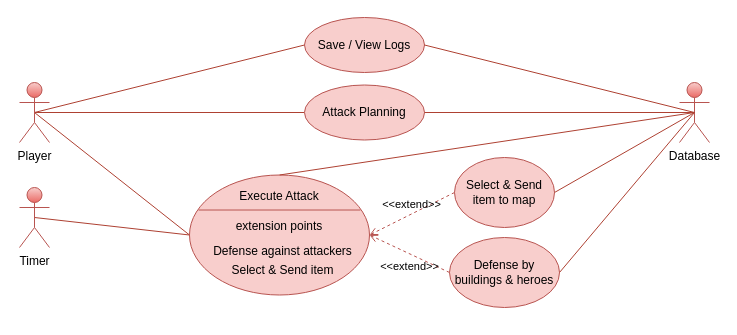
Pooria82/clash-of-clans keeps this draw.io diagram as Defense and Attack/Use Case Diagram.drawio. Above is the earlier version. Source tidied: cells renumbered, new cells numbered last; positions are measured from the earlier drawing's top-left corner, leaving out a move shared by most shapes. Both pictures are drawn from the tidied source at 100%, with x=0, y=0 at pixel (19, 17).
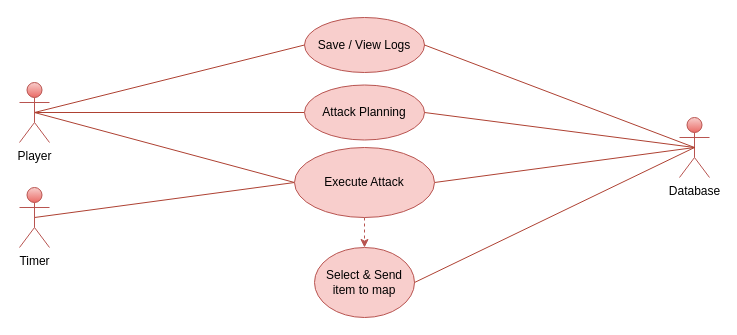
The same diagram, later.

The change refers to these unchanged cells:
```xml
<mxCell id="5" value="Player" style="shape=umlActor;verticalLabelPosition=bottom;verticalAlign=top;html=1;fillColor=#f8cecc;strokeColor=#b85450;gradientColor=#ea6b66;labelBackgroundColor=none;" parent="1" vertex="1">
  <mxGeometry y="65" width="30" height="60" as="geometry" />
</mxCell>
<mxCell id="10" value="Timer" style="shape=umlActor;verticalLabelPosition=bottom;verticalAlign=top;html=1;fillColor=#f8cecc;strokeColor=#b85450;gradientColor=#ea6b66;labelBackgroundColor=none;" parent="1" vertex="1">
  <mxGeometry y="170" width="30" height="60" as="geometry" />
</mxCell>
```

Diff of the diagram source:
```diff
@@
-    <mxCell id="4" style="edgeStyle=none;rounded=0;jettySize=auto;html=1;exitX=0.5;exitY=0.5;exitDx=0;exitDy=0;exitPerimeter=0;entryX=0;entryY=0.5;entryDx=0;entryDy=0;endArrow=none;endFill=0;fillColor=#fad9d5;strokeColor=#ae4132;" parent="1" edge="1" source="5" target="13">
+    <mxCell id="4" style="edgeStyle=none;rounded=0;jettySize=auto;html=1;exitX=0.5;exitY=0.5;exitDx=0;exitDy=0;exitPerimeter=0;entryX=0;entryY=0.5;entryDx=0;entryDy=0;endArrow=none;endFill=0;fillColor=#fad9d5;strokeColor=#ae4132;" parent="1" edge="1" source="5" target="14">
       <mxGeometry relative="1" as="geometry" />
     </mxCell>
@@
     <mxCell id="6" value="Database" style="shape=umlActor;verticalLabelPosition=bottom;verticalAlign=top;html=1;fillColor=#f8cecc;strokeColor=#b85450;gradientColor=#ea6b66;labelBackgroundColor=none;" parent="1" vertex="1">
-      <mxGeometry x="660" y="65" width="30" height="60" as="geometry" />
+      <mxGeometry x="660" y="100" width="30" height="60" as="geometry" />
     </mxCell>
@@
-    <mxCell id="9" style="edgeStyle=none;rounded=0;jettySize=auto;html=1;exitX=0.5;exitY=0.5;exitDx=0;exitDy=0;exitPerimeter=0;entryX=0;entryY=0.5;entryDx=0;entryDy=0;endArrow=none;endFill=0;fillColor=#fad9d5;strokeColor=#ae4132;" parent="1" edge="1" source="10" target="13">
+    <mxCell id="9" style="edgeStyle=none;rounded=0;jettySize=auto;html=1;exitX=0.5;exitY=0.5;exitDx=0;exitDy=0;exitPerimeter=0;entryX=0;entryY=0.5;entryDx=0;entryDy=0;endArrow=none;endFill=0;fillColor=#fad9d5;strokeColor=#ae4132;" parent="1" edge="1" source="10" target="14">
       <mxGeometry relative="1" as="geometry" />
     </mxCell>
@@
-    <mxCell id="11" value="Defense by buildings &amp;amp; heroes" style="ellipse;whiteSpace=wrap;html=1;fillColor=#f8cecc;strokeColor=#b85450;" parent="1" vertex="1">
-      <mxGeometry x="430" y="220" width="110" height="70" as="geometry" />
-    </mxCell>
-    <mxCell id="12" value="&amp;lt;&amp;lt;extend&amp;gt;&amp;gt;" style="html=1;verticalAlign=top;labelBackgroundColor=none;endArrow=open;endFill=0;dashed=1;rounded=0;exitX=0;exitY=0.5;exitDx=0;exitDy=0;entryX=1;entryY=0.5;entryDx=0;entryDy=0;labelPosition=center;verticalLabelPosition=bottom;align=center;fillColor=#f8cecc;strokeColor=#b85450;" parent="1" edge="1" source="11" target="13">
-      <mxGeometry relative="1" as="geometry" />
-    </mxCell>
-    <mxCell id="13" style="shape=ellipse;horizontal=1;html=1;dashed=0;fillColor=#f8cecc;strokeColor=#b85450;" parent="1" vertex="1">
-      <mxGeometry x="170" y="157.5" width="180" height="120" as="geometry" />
-    </mxCell>
-    <mxCell id="14" value="Execute Attack" style="html=1;align=center;verticalAlign=bottom;whiteSpace=wrap;fillColor=none;strokeColor=none;" parent="13" vertex="1">
-      <mxGeometry width="180" height="30" as="geometry" />
-    </mxCell>
-    <mxCell id="15" style="line;strokeWidth=1;fillColor=#f8cecc;labelPosition=right;dashed=0;strokeColor=#b85450;" parent="13" vertex="1">
-      <mxGeometry x="9" y="30" width="162" height="10" as="geometry" />
-    </mxCell>
-    <mxCell id="16" value="extension points" style="text;html=1;align=center;verticalAlign=bottom;fillColor=none;whiteSpace=wrap;" parent="13" vertex="1">
-      <mxGeometry y="30" width="180" height="30" as="geometry" />
-    </mxCell>
-    <mxCell id="17" value="&lt;div&gt;Defense against attackers&lt;/div&gt;&lt;div style=&quot;font-size: 4px;&quot;&gt;&lt;br&gt;&lt;/div&gt;&lt;div&gt;&lt;span style=&quot;background-color: initial;&quot;&gt;Select &amp;amp; Send&lt;/span&gt;&amp;nbsp;item&lt;br&gt;&lt;/div&gt;" style="text;html=1;align=center;verticalAlign=middle;spacingLeft=25;fillColor=none;whiteSpace=wrap;" parent="13" vertex="1">
-      <mxGeometry x="-9" y="70" width="180" height="30" as="geometry" />
-    </mxCell>
+    <mxCell id="25" style="rounded=0;jettySize=auto;html=1;exitX=0.5;exitY=1;exitDx=0;exitDy=0;entryX=0.5;entryY=0;entryDx=0;entryDy=0;fillColor=#f8cecc;strokeColor=#b85450;dashed=1;" parent="1" edge="1" source="14" target="18">
+      <mxGeometry relative="1" as="geometry" />
+    </mxCell>
     <mxCell id="18" value="Select &amp;amp; Send item to map" style="ellipse;whiteSpace=wrap;html=1;fillColor=#f8cecc;strokeColor=#b85450;" parent="1" vertex="1">
-      <mxGeometry x="435" y="140" width="100" height="70" as="geometry" />
+      <mxGeometry x="295" y="230" width="100" height="70" as="geometry" />
     </mxCell>
-    <mxCell id="19" value="&amp;lt;&amp;lt;extend&amp;gt;&amp;gt;" style="html=1;verticalAlign=bottom;labelBackgroundColor=none;endArrow=open;endFill=0;dashed=1;rounded=0;entryX=1;entryY=0.5;entryDx=0;entryDy=0;labelPosition=center;verticalLabelPosition=top;align=center;exitX=0;exitY=0.5;exitDx=0;exitDy=0;fillColor=#f8cecc;strokeColor=#b85450;" parent="1" edge="1" source="18" target="13">
-      <mxGeometry relative="1" as="geometry" />
-    </mxCell>
@@
-    <mxCell id="22" style="edgeStyle=none;rounded=0;jettySize=auto;html=1;entryX=0.5;entryY=0.5;entryDx=0;entryDy=0;entryPerimeter=0;endArrow=none;endFill=0;fillColor=#fad9d5;strokeColor=#ae4132;exitX=0.5;exitY=0;exitDx=0;exitDy=0;" parent="1" edge="1" source="13" target="6">
+    <mxCell id="22" style="edgeStyle=none;rounded=0;jettySize=auto;html=1;entryX=0.5;entryY=0.5;entryDx=0;entryDy=0;entryPerimeter=0;endArrow=none;endFill=0;fillColor=#fad9d5;strokeColor=#ae4132;exitX=1;exitY=0.5;exitDx=0;exitDy=0;" parent="1" edge="1" source="14" target="6">
       <mxGeometry relative="1" as="geometry" />
     </mxCell>
-    <mxCell id="23" style="edgeStyle=none;rounded=0;jettySize=auto;html=1;exitX=1;exitY=0.5;exitDx=0;exitDy=0;entryX=0.5;entryY=0.5;entryDx=0;entryDy=0;entryPerimeter=0;endArrow=none;endFill=0;fillColor=#fad9d5;strokeColor=#ae4132;" parent="1" edge="1" source="11" target="6">
-      <mxGeometry relative="1" as="geometry" />
-    </mxCell>
@@
+    <mxCell id="14" value="Execute Attack" style="ellipse;whiteSpace=wrap;html=1;fillColor=#f8cecc;strokeColor=#b85450;" parent="1" vertex="1">
+      <mxGeometry x="275" y="130" width="140" height="70" as="geometry" />
+    </mxCell>
```
